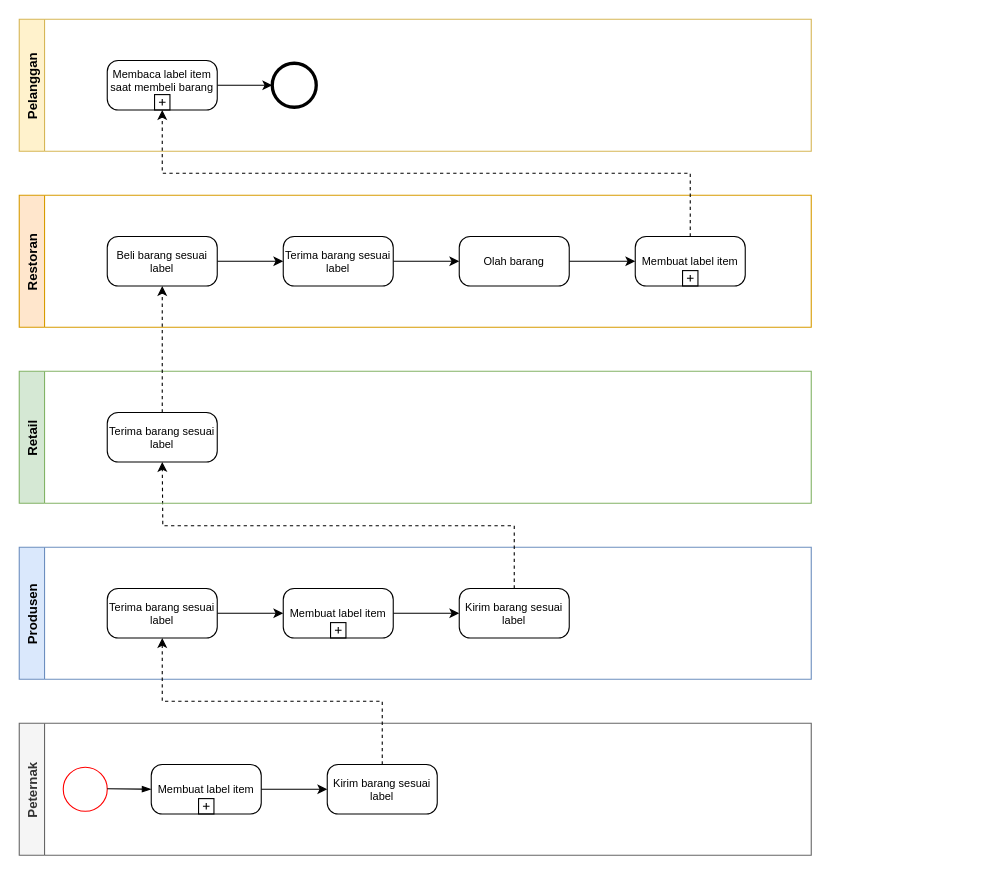
Above: BPMN_Ternak(Produce).drawio in hanggaa/Diagram (draw.io), before the change. Source tidied: cells renumbered, new cells numbered last; positions are measured from the earlier drawing's top-left corner, leaving out a move shared by most shapes. Both pictures are drawn from the tidied source at 110%, with x=0, y=0 at pixel (19, 19).
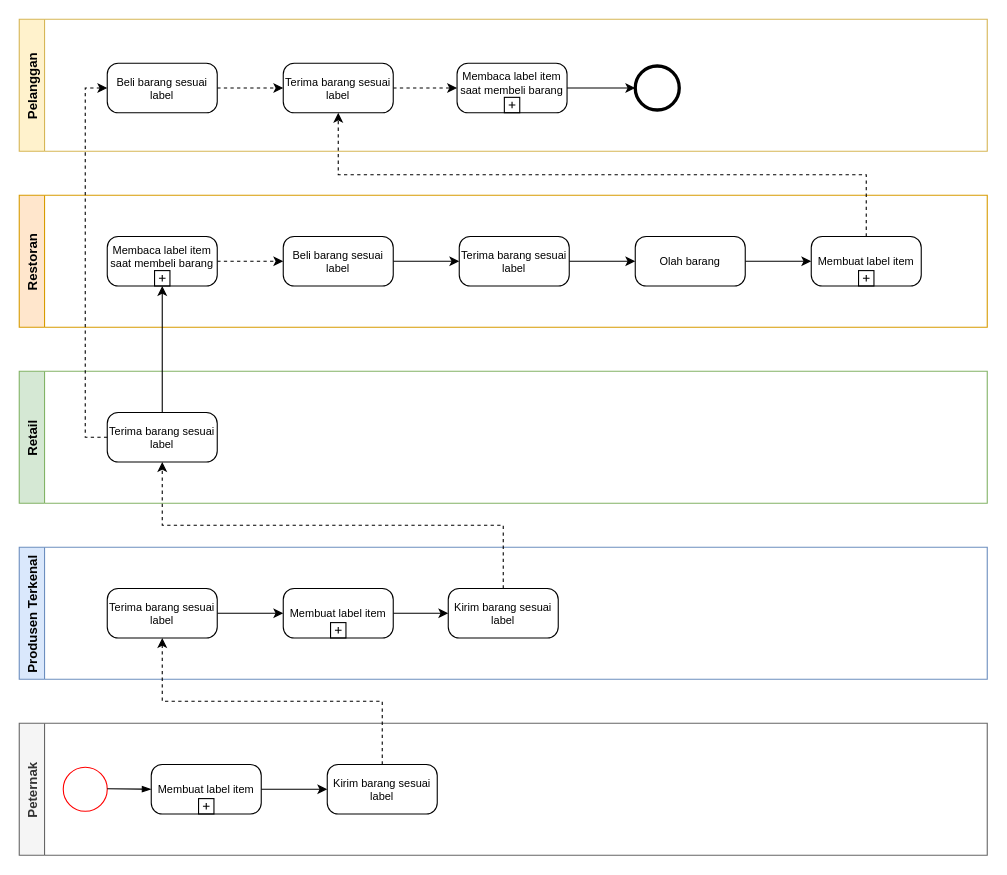
Above is the later version.

The change refers to these unchanged cells:
```xml
<mxCell id="10" value="Kirim barang sesuai label" style="points=[[0.25,0,0],[0.5,0,0],[0.75,0,0],[1,0.25,0],[1,0.5,0],[1,0.75,0],[0.75,1,0],[0.5,1,0],[0.25,1,0],[0,0.75,0],[0,0.5,0],[0,0.25,0]];shape=mxgraph.bpmn.task;whiteSpace=wrap;rectStyle=rounded;size=10;taskMarker=abstract;fontSize=10;" parent="8" vertex="1">
  <mxGeometry x="280" y="37.5" width="100" height="45" as="geometry" />
</mxCell>
<mxCell id="12" value="Membuat label item" style="points=[[0.25,0,0],[0.5,0,0],[0.75,0,0],[1,0.25,0],[1,0.5,0],[1,0.75,0],[0.75,1,0],[0.5,1,0],[0.25,1,0],[0,0.75,0],[0,0.5,0],[0,0.25,0]];shape=mxgraph.bpmn.task;whiteSpace=wrap;rectStyle=rounded;size=10;taskMarker=abstract;isLoopSub=1;fontSize=10;" parent="8" vertex="1">
  <mxGeometry x="120" y="37.5" width="100" height="45" as="geometry" />
</mxCell>
```

Diff of the diagram source:
```diff
@@
-    <mxCell id="2" value="Produsen" style="swimlane;horizontal=0;fillColor=#dae8fc;strokeColor=#6c8ebf;" parent="1" vertex="1">
-      <mxGeometry y="480" width="720" height="120" as="geometry" />
-    </mxCell>
-    <mxCell id="3" style="edgeStyle=orthogonalEdgeStyle;rounded=0;jettySize=auto;html=1;exitX=1;exitY=0.5;exitDx=0;exitDy=0;exitPerimeter=0;entryX=0;entryY=0.5;entryDx=0;entryDy=0;entryPerimeter=0;" parent="2" edge="1" source="4" target="6">
-      <mxGeometry relative="1" as="geometry" />
-    </mxCell>
-    <mxCell id="4" value="Terima barang sesuai label" style="points=[[0.25,0,0],[0.5,0,0],[0.75,0,0],[1,0.25,0],[1,0.5,0],[1,0.75,0],[0.75,1,0],[0.5,1,0],[0.25,1,0],[0,0.75,0],[0,0.5,0],[0,0.25,0]];shape=mxgraph.bpmn.task;whiteSpace=wrap;rectStyle=rounded;size=10;taskMarker=abstract;fontSize=10;" parent="2" vertex="1">
-      <mxGeometry x="80" y="37.5" width="100" height="45" as="geometry" />
-    </mxCell>
+    <mxCell id="32" value="Produsen Terkenal" style="swimlane;horizontal=0;fillColor=#dae8fc;strokeColor=#6c8ebf;startSize=23;" parent="1" vertex="1">
+      <mxGeometry y="480" width="880" height="120" as="geometry" />
+    </mxCell>
+    <mxCell id="33" style="edgeStyle=orthogonalEdgeStyle;rounded=0;jettySize=auto;html=1;exitX=1;exitY=0.5;exitDx=0;exitDy=0;exitPerimeter=0;entryX=0;entryY=0.5;entryDx=0;entryDy=0;entryPerimeter=0;" parent="32" edge="1" source="34" target="6">
+      <mxGeometry relative="1" as="geometry" />
+    </mxCell>
+    <mxCell id="34" value="Terima barang sesuai label" style="points=[[0.25,0,0],[0.5,0,0],[0.75,0,0],[1,0.25,0],[1,0.5,0],[1,0.75,0],[0.75,1,0],[0.5,1,0],[0.25,1,0],[0,0.75,0],[0,0.5,0],[0,0.25,0]];shape=mxgraph.bpmn.task;whiteSpace=wrap;rectStyle=rounded;size=10;taskMarker=abstract;fontSize=10;" parent="32" vertex="1">
+      <mxGeometry x="80" y="37.5" width="100" height="45" as="geometry" />
+    </mxCell>
+    <mxCell id="7" value="Kirim barang sesuai label" style="points=[[0.25,0,0],[0.5,0,0],[0.75,0,0],[1,0.25,0],[1,0.5,0],[1,0.75,0],[0.75,1,0],[0.5,1,0],[0.25,1,0],[0,0.75,0],[0,0.5,0],[0,0.25,0]];shape=mxgraph.bpmn.task;whiteSpace=wrap;rectStyle=rounded;size=10;taskMarker=abstract;fontSize=10;" parent="32" vertex="1">
+      <mxGeometry x="390" y="37.5" width="100" height="45" as="geometry" />
+    </mxCell>
-    <mxCell id="5" style="edgeStyle=orthogonalEdgeStyle;rounded=0;jettySize=auto;html=1;exitX=1;exitY=0.5;exitDx=0;exitDy=0;exitPerimeter=0;entryX=0;entryY=0.5;entryDx=0;entryDy=0;entryPerimeter=0;" parent="2" edge="1" source="6" target="7">
+    <mxCell id="5" style="edgeStyle=orthogonalEdgeStyle;rounded=0;jettySize=auto;html=1;exitX=1;exitY=0.5;exitDx=0;exitDy=0;exitPerimeter=0;entryX=0;entryY=0.5;entryDx=0;entryDy=0;entryPerimeter=0;" parent="32" edge="1" source="6" target="7">
       <mxGeometry relative="1" as="geometry" />
     </mxCell>
-    <mxCell id="6" value="Membuat label item" style="points=[[0.25,0,0],[0.5,0,0],[0.75,0,0],[1,0.25,0],[1,0.5,0],[1,0.75,0],[0.75,1,0],[0.5,1,0],[0.25,1,0],[0,0.75,0],[0,0.5,0],[0,0.25,0]];shape=mxgraph.bpmn.task;whiteSpace=wrap;rectStyle=rounded;size=10;taskMarker=abstract;isLoopSub=1;fontSize=10;" parent="2" vertex="1">
+    <mxCell id="6" value="Membuat label item" style="points=[[0.25,0,0],[0.5,0,0],[0.75,0,0],[1,0.25,0],[1,0.5,0],[1,0.75,0],[0.75,1,0],[0.5,1,0],[0.25,1,0],[0,0.75,0],[0,0.5,0],[0,0.25,0]];shape=mxgraph.bpmn.task;whiteSpace=wrap;rectStyle=rounded;size=10;taskMarker=abstract;isLoopSub=1;fontSize=10;" parent="32" vertex="1">
       <mxGeometry x="240" y="37.5" width="100" height="45" as="geometry" />
     </mxCell>
-    <mxCell id="7" value="Kirim barang sesuai label" style="points=[[0.25,0,0],[0.5,0,0],[0.75,0,0],[1,0.25,0],[1,0.5,0],[1,0.75,0],[0.75,1,0],[0.5,1,0],[0.25,1,0],[0,0.75,0],[0,0.5,0],[0,0.25,0]];shape=mxgraph.bpmn.task;whiteSpace=wrap;rectStyle=rounded;size=10;taskMarker=abstract;fontSize=10;" parent="2" vertex="1">
-      <mxGeometry x="400" y="37.5" width="100" height="45" as="geometry" />
-    </mxCell>
+    <mxCell id="16" value="Retail" style="swimlane;horizontal=0;fillColor=#d5e8d4;strokeColor=#82b366;" parent="1" vertex="1">
+      <mxGeometry y="320" width="880" height="120" as="geometry" />
+    </mxCell>
+    <mxCell id="35" value="Terima barang sesuai label" style="points=[[0.25,0,0],[0.5,0,0],[0.75,0,0],[1,0.25,0],[1,0.5,0],[1,0.75,0],[0.75,1,0],[0.5,1,0],[0.25,1,0],[0,0.75,0],[0,0.5,0],[0,0.25,0]];shape=mxgraph.bpmn.task;whiteSpace=wrap;rectStyle=rounded;size=10;taskMarker=abstract;fontSize=10;" parent="16" vertex="1">
+      <mxGeometry x="80" y="37.5" width="100" height="45" as="geometry" />
+    </mxCell>
+    <mxCell id="18" value="Restoran" style="swimlane;horizontal=0;startSize=23;fillColor=#ffe6cc;strokeColor=#d79b00;" parent="1" vertex="1">
+      <mxGeometry y="160" width="880" height="120" as="geometry" />
+    </mxCell>
+    <mxCell id="36" style="edgeStyle=orthogonalEdgeStyle;rounded=0;jettySize=auto;html=1;exitX=1;exitY=0.5;exitDx=0;exitDy=0;exitPerimeter=0;entryX=0;entryY=0.5;entryDx=0;entryDy=0;entryPerimeter=0;" parent="18" edge="1" source="37" target="39">
+      <mxGeometry relative="1" as="geometry" />
+    </mxCell>
+    <mxCell id="37" value="Beli barang sesuai label" style="points=[[0.25,0,0],[0.5,0,0],[0.75,0,0],[1,0.25,0],[1,0.5,0],[1,0.75,0],[0.75,1,0],[0.5,1,0],[0.25,1,0],[0,0.75,0],[0,0.5,0],[0,0.25,0]];shape=mxgraph.bpmn.task;whiteSpace=wrap;rectStyle=rounded;size=10;taskMarker=abstract;fontSize=10;" parent="18" vertex="1">
+      <mxGeometry x="240" y="37.5" width="100" height="45" as="geometry" />
+    </mxCell>
+    <mxCell id="38" style="edgeStyle=orthogonalEdgeStyle;rounded=0;jettySize=auto;html=1;exitX=1;exitY=0.5;exitDx=0;exitDy=0;exitPerimeter=0;entryX=0;entryY=0.5;entryDx=0;entryDy=0;entryPerimeter=0;" parent="18" edge="1" source="39" target="24">
+      <mxGeometry relative="1" as="geometry" />
+    </mxCell>
+    <mxCell id="39" value="Terima barang sesuai label" style="points=[[0.25,0,0],[0.5,0,0],[0.75,0,0],[1,0.25,0],[1,0.5,0],[1,0.75,0],[0.75,1,0],[0.5,1,0],[0.25,1,0],[0,0.75,0],[0,0.5,0],[0,0.25,0]];shape=mxgraph.bpmn.task;whiteSpace=wrap;rectStyle=rounded;size=10;taskMarker=abstract;fontSize=10;" parent="18" vertex="1">
+      <mxGeometry x="400" y="37.5" width="100" height="45" as="geometry" />
+    </mxCell>
+    <mxCell id="23" style="edgeStyle=orthogonalEdgeStyle;rounded=0;jettySize=auto;html=1;exitX=1;exitY=0.5;exitDx=0;exitDy=0;exitPerimeter=0;entryX=0;entryY=0.5;entryDx=0;entryDy=0;entryPerimeter=0;" parent="18" edge="1" source="24" target="25">
+      <mxGeometry relative="1" as="geometry" />
+    </mxCell>
+    <mxCell id="24" value="Olah barang" style="points=[[0.25,0,0],[0.5,0,0],[0.75,0,0],[1,0.25,0],[1,0.5,0],[1,0.75,0],[0.75,1,0],[0.5,1,0],[0.25,1,0],[0,0.75,0],[0,0.5,0],[0,0.25,0]];shape=mxgraph.bpmn.task;whiteSpace=wrap;rectStyle=rounded;size=10;taskMarker=abstract;fontSize=10;" parent="18" vertex="1">
+      <mxGeometry x="560" y="37.5" width="100" height="45" as="geometry" />
+    </mxCell>
+    <mxCell id="25" value="Membuat label item" style="points=[[0.25,0,0],[0.5,0,0],[0.75,0,0],[1,0.25,0],[1,0.5,0],[1,0.75,0],[0.75,1,0],[0.5,1,0],[0.25,1,0],[0,0.75,0],[0,0.5,0],[0,0.25,0]];shape=mxgraph.bpmn.task;whiteSpace=wrap;rectStyle=rounded;size=10;taskMarker=abstract;isLoopSub=1;fontSize=10;" parent="18" vertex="1">
+      <mxGeometry x="720" y="37.5" width="100" height="45" as="geometry" />
+    </mxCell>
+    <mxCell id="40" style="edgeStyle=orthogonalEdgeStyle;rounded=0;jettySize=auto;html=1;exitX=1;exitY=0.5;exitDx=0;exitDy=0;exitPerimeter=0;entryX=0;entryY=0.5;entryDx=0;entryDy=0;entryPerimeter=0;dashed=1;" parent="18" edge="1" source="28" target="37">
+      <mxGeometry relative="1" as="geometry" />
+    </mxCell>
+    <mxCell id="28" value="Membaca label item saat membeli barang" style="points=[[0.25,0,0],[0.5,0,0],[0.75,0,0],[1,0.25,0],[1,0.5,0],[1,0.75,0],[0.75,1,0],[0.5,1,0],[0.25,1,0],[0,0.75,0],[0,0.5,0],[0,0.25,0]];shape=mxgraph.bpmn.task;whiteSpace=wrap;rectStyle=rounded;size=10;taskMarker=abstract;isLoopSub=1;fontSize=10;verticalAlign=top;" parent="18" vertex="1">
+      <mxGeometry x="80" y="37.5" width="100" height="45" as="geometry" />
+    </mxCell>
     <mxCell id="8" value="Peternak" style="swimlane;horizontal=0;startSize=23;fillColor=#f5f5f5;fontColor=#333333;strokeColor=#666666;" parent="1" vertex="1">
-      <mxGeometry y="640" width="720" height="120" as="geometry" />
+      <mxGeometry y="640" width="880" height="120" as="geometry" />
     </mxCell>
@@
-    <mxCell id="13" style="fontSize=12;html=1;endArrow=blockThin;endFill=1;rounded=0;entryX=0;entryY=0.5;entryDx=0;entryDy=0;entryPerimeter=0;" parent="8" edge="1" target="12">
-      <mxGeometry relative="1" as="geometry">
-        <mxPoint x="80" y="59.5" as="sourcePoint" />
-      </mxGeometry>
-    </mxCell>
-    <mxCell id="14" style="edgeStyle=orthogonalEdgeStyle;rounded=0;jettySize=auto;html=1;exitX=0.5;exitY=0;exitDx=0;exitDy=0;exitPerimeter=0;entryX=0.5;entryY=1;entryDx=0;entryDy=0;entryPerimeter=0;dashed=1;" parent="1" edge="1" source="10" target="4">
-      <mxGeometry relative="1" as="geometry" />
-    </mxCell>
-    <mxCell id="15" style="edgeStyle=orthogonalEdgeStyle;rounded=0;jettySize=auto;html=1;exitX=0.5;exitY=0;exitDx=0;exitDy=0;exitPerimeter=0;entryX=0.5;entryY=1;entryDx=0;entryDy=0;entryPerimeter=0;dashed=1;" parent="1" edge="1" source="7">
-      <mxGeometry relative="1" as="geometry">
-        <mxPoint x="130" y="402.5" as="targetPoint" />
-      </mxGeometry>
-    </mxCell>
-    <mxCell id="16" value="Retail" style="swimlane;horizontal=0;fillColor=#d5e8d4;strokeColor=#82b366;" parent="1" vertex="1">
-      <mxGeometry y="320" width="720" height="120" as="geometry" />
-    </mxCell>
-    <mxCell id="17" value="Terima barang sesuai label" style="points=[[0.25,0,0],[0.5,0,0],[0.75,0,0],[1,0.25,0],[1,0.5,0],[1,0.75,0],[0.75,1,0],[0.5,1,0],[0.25,1,0],[0,0.75,0],[0,0.5,0],[0,0.25,0]];shape=mxgraph.bpmn.task;whiteSpace=wrap;rectStyle=rounded;size=10;taskMarker=abstract;fontSize=10;" parent="16" vertex="1">
-      <mxGeometry x="80" y="37.5" width="100" height="45" as="geometry" />
-    </mxCell>
-    <mxCell id="18" value="Restoran" style="swimlane;horizontal=0;startSize=23;fillColor=#ffe6cc;strokeColor=#d79b00;" parent="1" vertex="1">
-      <mxGeometry y="160" width="720" height="120" as="geometry" />
-    </mxCell>
-    <mxCell id="19" style="edgeStyle=orthogonalEdgeStyle;rounded=0;jettySize=auto;html=1;exitX=1;exitY=0.5;exitDx=0;exitDy=0;exitPerimeter=0;entryX=0;entryY=0.5;entryDx=0;entryDy=0;entryPerimeter=0;" parent="18" edge="1" source="20" target="22">
-      <mxGeometry relative="1" as="geometry" />
-    </mxCell>
-    <mxCell id="20" value="Beli barang sesuai label" style="points=[[0.25,0,0],[0.5,0,0],[0.75,0,0],[1,0.25,0],[1,0.5,0],[1,0.75,0],[0.75,1,0],[0.5,1,0],[0.25,1,0],[0,0.75,0],[0,0.5,0],[0,0.25,0]];shape=mxgraph.bpmn.task;whiteSpace=wrap;rectStyle=rounded;size=10;taskMarker=abstract;fontSize=10;" parent="18" vertex="1">
-      <mxGeometry x="80" y="37.5" width="100" height="45" as="geometry" />
-    </mxCell>
-    <mxCell id="21" style="edgeStyle=orthogonalEdgeStyle;rounded=0;jettySize=auto;html=1;exitX=1;exitY=0.5;exitDx=0;exitDy=0;exitPerimeter=0;entryX=0;entryY=0.5;entryDx=0;entryDy=0;entryPerimeter=0;" parent="18" edge="1" source="22" target="24">
-      <mxGeometry relative="1" as="geometry" />
-    </mxCell>
-    <mxCell id="22" value="Terima barang sesuai label" style="points=[[0.25,0,0],[0.5,0,0],[0.75,0,0],[1,0.25,0],[1,0.5,0],[1,0.75,0],[0.75,1,0],[0.5,1,0],[0.25,1,0],[0,0.75,0],[0,0.5,0],[0,0.25,0]];shape=mxgraph.bpmn.task;whiteSpace=wrap;rectStyle=rounded;size=10;taskMarker=abstract;fontSize=10;" parent="18" vertex="1">
-      <mxGeometry x="240" y="37.5" width="100" height="45" as="geometry" />
-    </mxCell>
-    <mxCell id="23" style="edgeStyle=orthogonalEdgeStyle;rounded=0;jettySize=auto;html=1;exitX=1;exitY=0.5;exitDx=0;exitDy=0;exitPerimeter=0;entryX=0;entryY=0.5;entryDx=0;entryDy=0;entryPerimeter=0;" parent="18" edge="1" source="24" target="25">
-      <mxGeometry relative="1" as="geometry" />
-    </mxCell>
-    <mxCell id="24" value="Olah barang" style="points=[[0.25,0,0],[0.5,0,0],[0.75,0,0],[1,0.25,0],[1,0.5,0],[1,0.75,0],[0.75,1,0],[0.5,1,0],[0.25,1,0],[0,0.75,0],[0,0.5,0],[0,0.25,0]];shape=mxgraph.bpmn.task;whiteSpace=wrap;rectStyle=rounded;size=10;taskMarker=abstract;fontSize=10;" parent="18" vertex="1">
-      <mxGeometry x="400" y="37.5" width="100" height="45" as="geometry" />
-    </mxCell>
-    <mxCell id="25" value="Membuat label item" style="points=[[0.25,0,0],[0.5,0,0],[0.75,0,0],[1,0.25,0],[1,0.5,0],[1,0.75,0],[0.75,1,0],[0.5,1,0],[0.25,1,0],[0,0.75,0],[0,0.5,0],[0,0.25,0]];shape=mxgraph.bpmn.task;whiteSpace=wrap;rectStyle=rounded;size=10;taskMarker=abstract;isLoopSub=1;fontSize=10;" parent="18" vertex="1">
-      <mxGeometry x="560" y="37.5" width="100" height="45" as="geometry" />
-    </mxCell>
+    <mxCell id="41" style="fontSize=12;html=1;endArrow=blockThin;endFill=1;rounded=0;entryX=0;entryY=0.5;entryDx=0;entryDy=0;entryPerimeter=0;" parent="8" edge="1" target="12">
+      <mxGeometry relative="1" as="geometry">
+        <mxPoint x="80" y="59.5" as="sourcePoint" />
+      </mxGeometry>
+    </mxCell>
+    <mxCell id="42" style="edgeStyle=orthogonalEdgeStyle;rounded=0;jettySize=auto;html=1;exitX=0.5;exitY=0;exitDx=0;exitDy=0;exitPerimeter=0;entryX=0.5;entryY=1;entryDx=0;entryDy=0;entryPerimeter=0;dashed=1;" parent="1" edge="1" source="10" target="34">
+      <mxGeometry relative="1" as="geometry" />
+    </mxCell>
+    <mxCell id="43" style="edgeStyle=orthogonalEdgeStyle;rounded=0;jettySize=auto;html=1;exitX=0.5;exitY=0;exitDx=0;exitDy=0;exitPerimeter=0;entryX=0.5;entryY=1;entryDx=0;entryDy=0;entryPerimeter=0;dashed=1;" parent="1" edge="1" source="7" target="35">
+      <mxGeometry relative="1" as="geometry" />
+    </mxCell>
     <mxCell id="26" value="Pelanggan" style="swimlane;horizontal=0;startSize=23;fillColor=#fff2cc;strokeColor=#d6b656;" parent="1" vertex="1">
-      <mxGeometry width="720" height="120" as="geometry" />
+      <mxGeometry width="880" height="120" as="geometry" />
     </mxCell>
-    <mxCell id="27" style="edgeStyle=orthogonalEdgeStyle;rounded=0;jettySize=auto;html=1;exitX=1;exitY=0.5;exitDx=0;exitDy=0;exitPerimeter=0;" parent="26" edge="1" source="28" target="29">
-      <mxGeometry relative="1" as="geometry" />
-    </mxCell>
-    <mxCell id="28" value="Membaca label item saat membeli barang" style="points=[[0.25,0,0],[0.5,0,0],[0.75,0,0],[1,0.25,0],[1,0.5,0],[1,0.75,0],[0.75,1,0],[0.5,1,0],[0.25,1,0],[0,0.75,0],[0,0.5,0],[0,0.25,0]];shape=mxgraph.bpmn.task;whiteSpace=wrap;rectStyle=rounded;size=10;taskMarker=abstract;isLoopSub=1;fontSize=10;verticalAlign=top;" parent="26" vertex="1">
-      <mxGeometry x="80" y="37.5" width="100" height="45" as="geometry" />
-    </mxCell>
-    <mxCell id="29" style="points=[[0.145,0.145,0],[0.5,0,0],[0.855,0.145,0],[1,0.5,0],[0.855,0.855,0],[0.5,1,0],[0.145,0.855,0],[0,0.5,0]];shape=mxgraph.bpmn.event;html=1;verticalLabelPosition=bottom;labelBackgroundColor=#ffffff;verticalAlign=top;align=center;perimeter=ellipsePerimeter;outlineConnect=0;outline=end;symbol=terminate2;" parent="26" vertex="1">
-      <mxGeometry x="230" y="40" width="40" height="40" as="geometry" />
-    </mxCell>
-    <mxCell id="30" style="edgeStyle=orthogonalEdgeStyle;rounded=0;jettySize=auto;html=1;exitX=0.5;exitY=0;exitDx=0;exitDy=0;exitPerimeter=0;entryX=0.5;entryY=1;entryDx=0;entryDy=0;entryPerimeter=0;dashed=1;" parent="1" edge="1" source="17" target="20">
-      <mxGeometry relative="1" as="geometry" />
-    </mxCell>
-    <mxCell id="31" style="edgeStyle=orthogonalEdgeStyle;rounded=0;jettySize=auto;html=1;exitX=0.5;exitY=0;exitDx=0;exitDy=0;exitPerimeter=0;entryX=0.5;entryY=1;entryDx=0;entryDy=0;entryPerimeter=0;dashed=1;" parent="1" edge="1" source="25" target="28">
-      <mxGeometry relative="1" as="geometry" />
-    </mxCell>
+    <mxCell id="44" style="edgeStyle=orthogonalEdgeStyle;rounded=0;jettySize=auto;html=1;exitX=1;exitY=0.5;exitDx=0;exitDy=0;exitPerimeter=0;" parent="26" edge="1" source="45" target="46">
+      <mxGeometry relative="1" as="geometry" />
+    </mxCell>
+    <mxCell id="45" value="Membaca label item saat membeli barang" style="points=[[0.25,0,0],[0.5,0,0],[0.75,0,0],[1,0.25,0],[1,0.5,0],[1,0.75,0],[0.75,1,0],[0.5,1,0],[0.25,1,0],[0,0.75,0],[0,0.5,0],[0,0.25,0]];shape=mxgraph.bpmn.task;whiteSpace=wrap;rectStyle=rounded;size=10;taskMarker=abstract;isLoopSub=1;fontSize=10;verticalAlign=top;" parent="26" vertex="1">
+      <mxGeometry x="398" y="40" width="100" height="45" as="geometry" />
+    </mxCell>
+    <mxCell id="46" style="points=[[0.145,0.145,0],[0.5,0,0],[0.855,0.145,0],[1,0.5,0],[0.855,0.855,0],[0.5,1,0],[0.145,0.855,0],[0,0.5,0]];shape=mxgraph.bpmn.event;html=1;verticalLabelPosition=bottom;labelBackgroundColor=#ffffff;verticalAlign=top;align=center;perimeter=ellipsePerimeter;outlineConnect=0;outline=end;symbol=terminate2;" parent="26" vertex="1">
+      <mxGeometry x="560" y="42.5" width="40" height="40" as="geometry" />
+    </mxCell>
+    <mxCell id="47" style="edgeStyle=orthogonalEdgeStyle;rounded=0;jettySize=auto;html=1;exitX=1;exitY=0.5;exitDx=0;exitDy=0;exitPerimeter=0;dashed=1;" parent="26" edge="1" source="48" target="45">
+      <mxGeometry relative="1" as="geometry" />
+    </mxCell>
+    <mxCell id="48" value="Terima barang sesuai label" style="points=[[0.25,0,0],[0.5,0,0],[0.75,0,0],[1,0.25,0],[1,0.5,0],[1,0.75,0],[0.75,1,0],[0.5,1,0],[0.25,1,0],[0,0.75,0],[0,0.5,0],[0,0.25,0]];shape=mxgraph.bpmn.task;whiteSpace=wrap;rectStyle=rounded;size=10;taskMarker=abstract;fontSize=10;" parent="26" vertex="1">
+      <mxGeometry x="240" y="40" width="100" height="45" as="geometry" />
+    </mxCell>
+    <mxCell id="49" style="edgeStyle=orthogonalEdgeStyle;rounded=0;jettySize=auto;html=1;exitX=1;exitY=0.5;exitDx=0;exitDy=0;exitPerimeter=0;dashed=1;" parent="26" edge="1" source="50" target="48">
+      <mxGeometry relative="1" as="geometry" />
+    </mxCell>
+    <mxCell id="50" value="Beli barang sesuai label" style="points=[[0.25,0,0],[0.5,0,0],[0.75,0,0],[1,0.25,0],[1,0.5,0],[1,0.75,0],[0.75,1,0],[0.5,1,0],[0.25,1,0],[0,0.75,0],[0,0.5,0],[0,0.25,0]];shape=mxgraph.bpmn.task;whiteSpace=wrap;rectStyle=rounded;size=10;taskMarker=abstract;fontSize=10;" parent="26" vertex="1">
+      <mxGeometry x="80" y="40" width="100" height="45" as="geometry" />
+    </mxCell>
+    <mxCell id="51" style="edgeStyle=orthogonalEdgeStyle;rounded=0;jettySize=auto;html=1;exitX=0.5;exitY=0;exitDx=0;exitDy=0;exitPerimeter=0;entryX=0.5;entryY=1;entryDx=0;entryDy=0;entryPerimeter=0;dashed=1;" parent="1" edge="1" source="25" target="48">
+      <mxGeometry relative="1" as="geometry" />
+    </mxCell>
+    <mxCell id="52" style="edgeStyle=orthogonalEdgeStyle;rounded=0;jettySize=auto;html=1;exitX=0.5;exitY=0;exitDx=0;exitDy=0;exitPerimeter=0;entryX=0.5;entryY=1;entryDx=0;entryDy=0;entryPerimeter=0;" parent="1" edge="1" source="35" target="28">
+      <mxGeometry relative="1" as="geometry" />
+    </mxCell>
+    <mxCell id="53" style="edgeStyle=orthogonalEdgeStyle;rounded=0;jettySize=auto;html=1;exitX=0;exitY=0.5;exitDx=0;exitDy=0;exitPerimeter=0;entryX=0;entryY=0.5;entryDx=0;entryDy=0;entryPerimeter=0;dashed=1;" parent="1" edge="1" source="35" target="50">
+      <mxGeometry relative="1" as="geometry" />
+    </mxCell>
```
